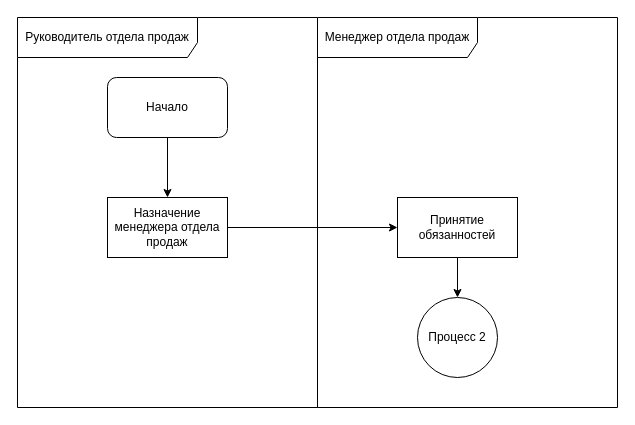
This is page "Страница — 1" (1 of 5) of 3 курс/5 семестр/Моделирование бизнес-процессов/Практика 27/pr27.drawio from Kirill010/RTU-MIREA, a draw.io file, before an edit. Source tidied: cells renumbered, new cells numbered last; positions are measured from the earlier drawing's top-left corner, leaving out a move shared by most shapes. Both pictures are drawn from the tidied source at 100%, with x=0, y=0 at pixel (17, 17).
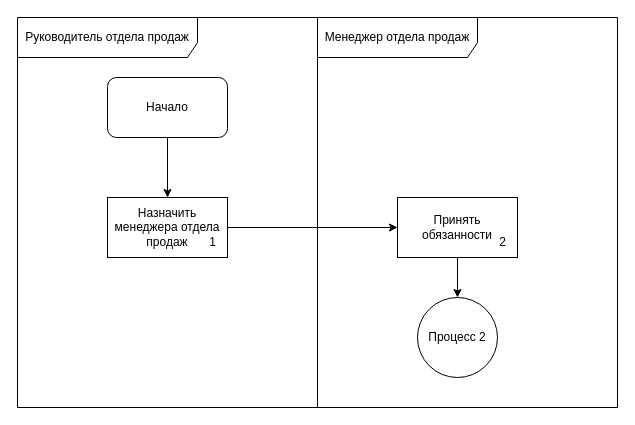
The same page after the edit.

Diff of the diagram source:
```diff
@@
 <mxGraphModel>
   <root>
     <mxCell id="0" />
     <mxCell id="1" parent="0" />
     <mxCell id="2" value="Руководитель отдела продаж" style="shape=umlFrame;whiteSpace=wrap;html=1;width=180;height=40;" parent="1" vertex="1">
       <mxGeometry width="300" height="390" as="geometry" />
     </mxCell>
     <mxCell id="3" value="Менеджер отдела продаж" style="shape=umlFrame;whiteSpace=wrap;html=1;width=160;height=40;" parent="1" vertex="1">
       <mxGeometry x="300" width="300" height="390" as="geometry" />
     </mxCell>
     <mxCell id="4" style="edgeStyle=orthogonalEdgeStyle;rounded=0;jettySize=auto;html=1;" parent="1" edge="1" source="5" target="7">
       <mxGeometry relative="1" as="geometry" />
     </mxCell>
     <mxCell id="5" value="Начало" style="rounded=1;whiteSpace=wrap;html=1;" parent="1" vertex="1">
       <mxGeometry x="90" y="60" width="120" height="60" as="geometry" />
     </mxCell>
     <mxCell id="6" style="edgeStyle=orthogonalEdgeStyle;rounded=0;jettySize=auto;html=1;entryX=0;entryY=0.5;entryDx=0;entryDy=0;" parent="1" edge="1" source="7" target="9">
       <mxGeometry relative="1" as="geometry" />
     </mxCell>
-    <mxCell id="7" value="Назначение менеджера отдела продаж" style="rounded=0;whiteSpace=wrap;html=1;" parent="1" vertex="1">
+    <mxCell id="7" value="Назначить менеджера отдела продаж" style="rounded=0;whiteSpace=wrap;html=1;" parent="1" vertex="1">
       <mxGeometry x="90" y="180" width="120" height="60" as="geometry" />
     </mxCell>
     <mxCell id="8" style="edgeStyle=orthogonalEdgeStyle;rounded=0;jettySize=auto;html=1;" parent="1" edge="1" source="9" target="10">
       <mxGeometry relative="1" as="geometry" />
     </mxCell>
-    <mxCell id="9" value="Принятие обязанностей" style="rounded=0;whiteSpace=wrap;html=1;" parent="1" vertex="1">
+    <mxCell id="9" value="Принять обязанности" style="rounded=0;whiteSpace=wrap;html=1;" parent="1" vertex="1">
       <mxGeometry x="380" y="180" width="120" height="60" as="geometry" />
     </mxCell>
     <mxCell id="10" value="Процесс 2" style="ellipse;whiteSpace=wrap;html=1;" parent="1" vertex="1">
       <mxGeometry x="400" y="280" width="80" height="80" as="geometry" />
     </mxCell>
+    <mxCell id="11" value="1" style="text;html=1;align=center;verticalAlign=middle;strokeColor=none;fillColor=none;" parent="1" vertex="1">
+      <mxGeometry x="180" y="210" width="30" height="30" as="geometry" />
+    </mxCell>
+    <mxCell id="12" value="2" style="text;html=1;align=center;verticalAlign=middle;strokeColor=none;fillColor=none;" parent="1" vertex="1">
+      <mxGeometry x="470" y="210" width="30" height="30" as="geometry" />
+    </mxCell>
   </root>
 </mxGraphModel>
```
